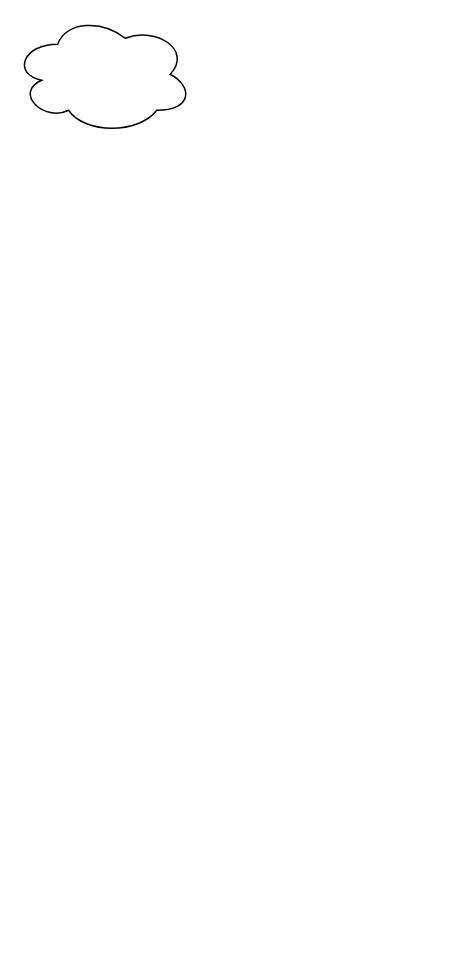
This is 未命名绘图.drawio from Wicklele/draw, a draw.io file, before an edit. Source tidied: cells renumbered, new cells numbered last; positions are measured from the earlier drawing's top-left corner, leaving out a move shared by most shapes. Both pictures are drawn from the tidied source at 150%, with x=0, y=0 at pixel (12, 14).
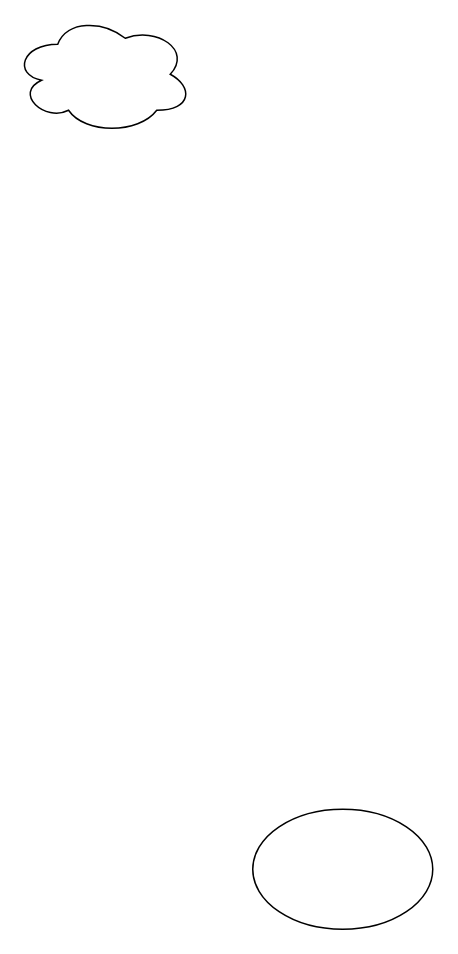
The same diagram, later.

Change to the diagram source:
```diff
@@
 <mxGraphModel>
   <root>
     <mxCell id="0" />
     <mxCell id="1" parent="0" />
     <mxCell id="2" style="ellipse;shape=cloud;whiteSpace=wrap;html=1;" parent="1" vertex="1">
       <mxGeometry width="120" height="80" as="geometry" />
     </mxCell>
+    <mxCell id="3" style="ellipse;whiteSpace=wrap;html=1;" parent="1" vertex="1">
+      <mxGeometry x="160" y="530" width="120" height="80" as="geometry" />
+    </mxCell>
   </root>
 </mxGraphModel>
```
